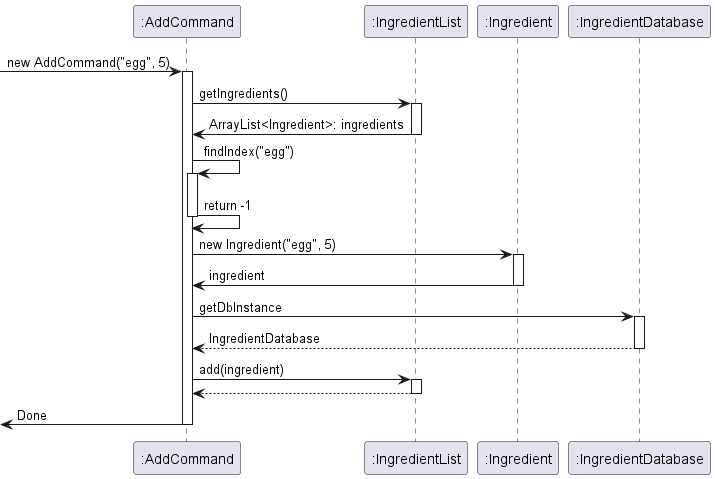
nus-cs2113-AY2223S2/tp keeps this PlantUML diagram as docs/images/AddIngredientSequenceUML.png. Above is the earlier version.
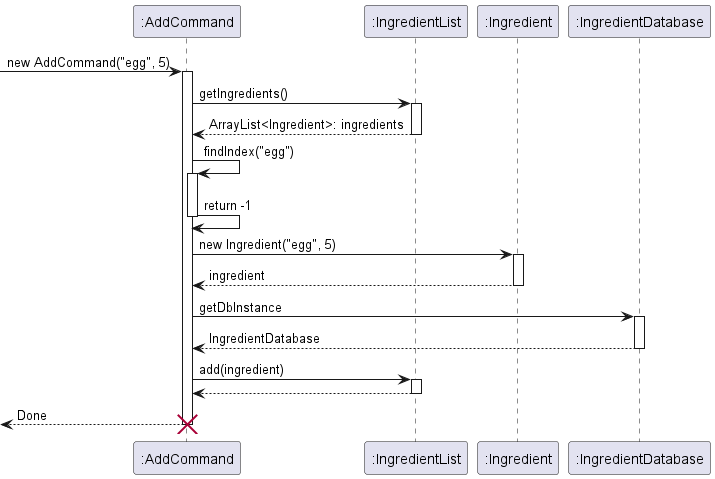
After the change.

Commit message:
Updated sequence diagram

Change to the diagram source:
```diff
@@ -6,7 +6,7 @@
 
 ":AddCommand" -> ":IngredientList": getIngredients()
 activate ":IngredientList"
-":AddCommand" <- ":IngredientList": ArrayList<Ingredient>: ingredients
+":AddCommand" <-- ":IngredientList": ArrayList<Ingredient>: ingredients
 deactivate ":IngredientList"
 
 ":AddCommand" -> ":AddCommand": findIndex("egg")
@@ -18,7 +18,7 @@
 
 ":AddCommand" -> ":Ingredient": new Ingredient("egg", 5)
 activate ":Ingredient"
-":AddCommand" <- ":Ingredient": ingredient
+":AddCommand" <-- ":Ingredient": ingredient
 deactivate ":Ingredient"
 
 ":AddCommand" -> ":IngredientDatabase": getDbInstance
@@ -31,7 +31,8 @@
 ":AddCommand" <-- ":IngredientList":
 deactivate ":IngredientList"
 
-[<- ":AddCommand": Done
+[<-- ":AddCommand": Done
+destroy ":AddCommand"
 deactivate ":AddCommand"
 
 @enduml
```
